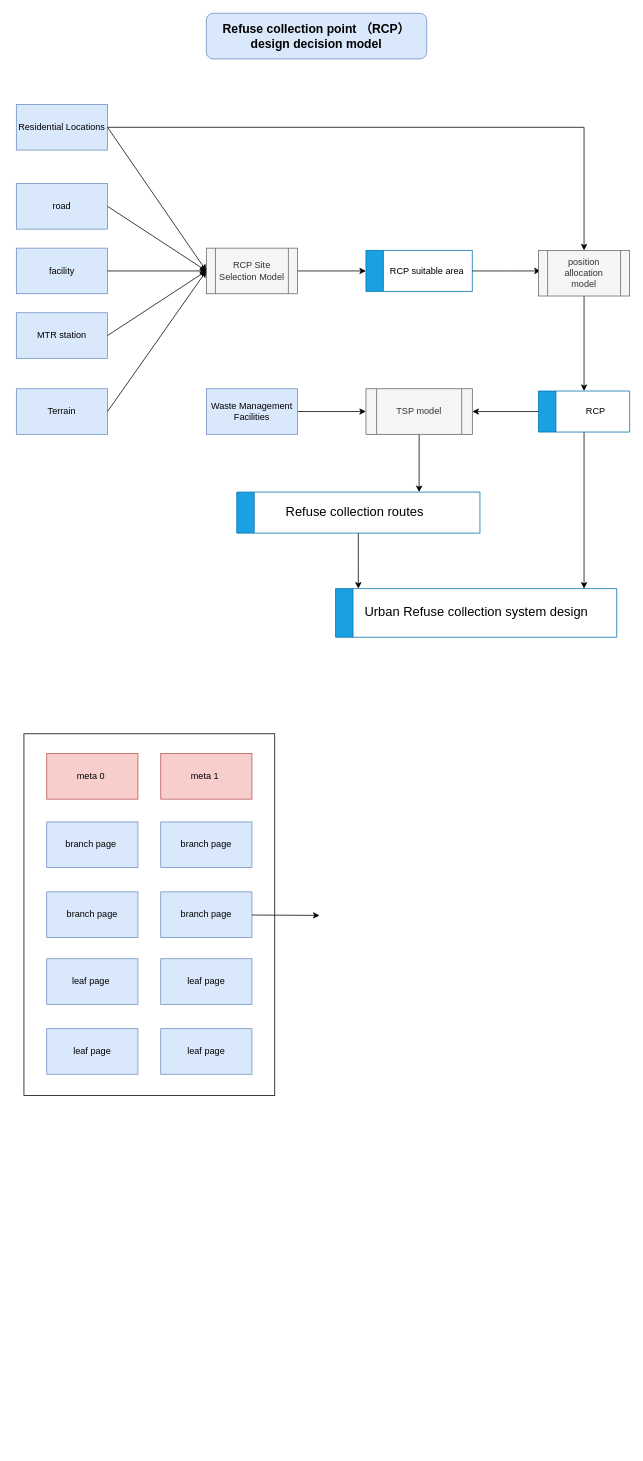
The draw.io diagram GIS model.drawio in CrystalParaboy/cuhk-gis-bigdata, before the edit. Source tidied: cells renumbered, new cells numbered last; positions are measured from the earlier drawing's top-left corner, leaving out a move shared by most shapes. Both pictures are drawn from the tidied source at 76%, with x=0, y=0 at pixel (16, 13).
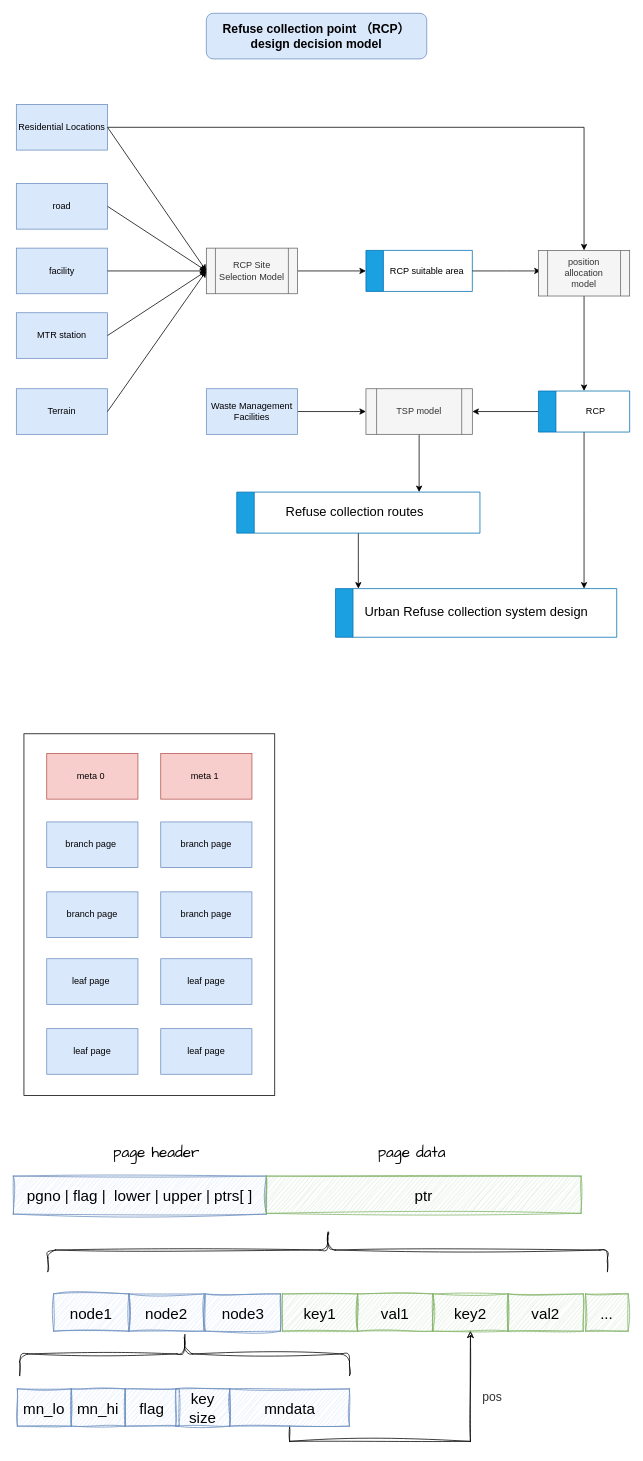
The same page after the edit.

What changed in the source:
```diff
@@
-    <mxCell id="45" style="endArrow=classic;html=1;rounded=0;exitX=1;exitY=0.5;exitDx=0;exitDy=0;" parent="1" edge="1">
-      <mxGeometry relative="1" as="geometry">
-        <mxPoint x="310" y="1186.5" as="sourcePoint" />
-        <mxPoint x="399" y="1187" as="targetPoint" />
-      </mxGeometry>
-    </mxCell>
+    <mxCell id="46" value="pgno | flag |&amp;nbsp; lower | upper | ptrs[ ]" style="rounded=0;whiteSpace=wrap;html=1;sketch=1;hachureGap=4;jiggle=2;curveFitting=1;fontFamily=Helvetica;fontSize=20;fillColor=#dae8fc;strokeColor=#6c8ebf;" parent="1" vertex="1">
+      <mxGeometry x="-4" y="1530" width="333" height="50" as="geometry" />
+    </mxCell>
+    <mxCell id="47" value="ptr" style="rounded=0;whiteSpace=wrap;html=1;sketch=1;hachureGap=4;jiggle=2;curveFitting=1;fontFamily=Helvetica;fontSize=20;fillColor=#d5e8d4;strokeColor=#82b366;" parent="1" vertex="1">
+      <mxGeometry x="329" y="1530" width="414" height="49" as="geometry" />
+    </mxCell>
+    <mxCell id="48" value="page header" style="text;html=1;strokeColor=none;fillColor=none;align=center;verticalAlign=middle;whiteSpace=wrap;rounded=0;fontSize=20;fontFamily=Architects Daughter;" parent="1" vertex="1">
+      <mxGeometry x="111" y="1484" width="146.5" height="30" as="geometry" />
+    </mxCell>
+    <mxCell id="49" value="page data" style="text;html=1;strokeColor=none;fillColor=none;align=center;verticalAlign=middle;whiteSpace=wrap;rounded=0;fontSize=20;fontFamily=Architects Daughter;" parent="1" vertex="1">
+      <mxGeometry x="447" y="1484" width="146.5" height="30" as="geometry" />
+    </mxCell>
+    <mxCell id="50" value="node1" style="rounded=0;whiteSpace=wrap;html=1;sketch=1;hachureGap=4;jiggle=2;curveFitting=1;fontFamily=Helvetica;fontSize=20;fillColor=#dae8fc;strokeColor=#6c8ebf;" parent="1" vertex="1">
+      <mxGeometry x="49" y="1685" width="99" height="49" as="geometry" />
+    </mxCell>
+    <mxCell id="51" value="node2" style="rounded=0;whiteSpace=wrap;html=1;sketch=1;hachureGap=4;jiggle=2;curveFitting=1;fontFamily=Helvetica;fontSize=20;fillColor=#dae8fc;strokeColor=#6c8ebf;" parent="1" vertex="1">
+      <mxGeometry x="148" y="1685" width="99" height="49" as="geometry" />
+    </mxCell>
+    <mxCell id="52" value="flag" style="rounded=0;whiteSpace=wrap;html=1;sketch=1;hachureGap=4;jiggle=2;curveFitting=1;fontFamily=Helvetica;fontSize=20;fillColor=#dae8fc;strokeColor=#6c8ebf;" parent="1" vertex="1">
+      <mxGeometry x="143.2" y="1810" width="71" height="49" as="geometry" />
+    </mxCell>
+    <mxCell id="53" style="edgeStyle=orthogonalEdgeStyle;rounded=0;sketch=1;hachureGap=4;jiggle=2;curveFitting=1;jettySize=auto;html=1;exitX=0.5;exitY=1;exitDx=0;exitDy=0;entryX=0.5;entryY=1;entryDx=0;entryDy=0;fontFamily=Architects Daughter;fontSize=16;" parent="1" edge="1" source="54" target="63">
+      <mxGeometry relative="1" as="geometry" />
+    </mxCell>
+    <mxCell id="54" value="mndata" style="rounded=0;whiteSpace=wrap;html=1;sketch=1;hachureGap=4;jiggle=2;curveFitting=1;fontFamily=Helvetica;fontSize=20;fillColor=#dae8fc;strokeColor=#6c8ebf;" parent="1" vertex="1">
+      <mxGeometry x="280.8" y="1810" width="157.5" height="49" as="geometry" />
+    </mxCell>
+    <mxCell id="55" value="mn_hi" style="rounded=0;whiteSpace=wrap;html=1;sketch=1;hachureGap=4;jiggle=2;curveFitting=1;fontFamily=Helvetica;fontSize=20;fillColor=#dae8fc;strokeColor=#6c8ebf;" parent="1" vertex="1">
+      <mxGeometry x="72.3" y="1810" width="71" height="49" as="geometry" />
+    </mxCell>
+    <mxCell id="56" value="mn_lo" style="rounded=0;whiteSpace=wrap;html=1;sketch=1;hachureGap=4;jiggle=2;curveFitting=1;fontFamily=Helvetica;fontSize=20;fillColor=#dae8fc;strokeColor=#6c8ebf;" parent="1" vertex="1">
+      <mxGeometry x="1.3" y="1810" width="71" height="49" as="geometry" />
+    </mxCell>
+    <mxCell id="57" value="key size" style="rounded=0;whiteSpace=wrap;html=1;sketch=1;hachureGap=4;jiggle=2;curveFitting=1;fontFamily=Helvetica;fontSize=20;fillColor=#dae8fc;strokeColor=#6c8ebf;" parent="1" vertex="1">
+      <mxGeometry x="209.8" y="1810" width="71" height="49" as="geometry" />
+    </mxCell>
+    <mxCell id="58" value="node3" style="rounded=0;whiteSpace=wrap;html=1;sketch=1;hachureGap=4;jiggle=2;curveFitting=1;fontFamily=Helvetica;fontSize=20;fillColor=#dae8fc;strokeColor=#6c8ebf;" parent="1" vertex="1">
+      <mxGeometry x="248.5" y="1685" width="99" height="49" as="geometry" />
+    </mxCell>
+    <mxCell id="59" style="shape=curlyBracket;whiteSpace=wrap;html=1;rounded=1;labelPosition=left;verticalLabelPosition=middle;align=right;verticalAlign=middle;sketch=1;hachureGap=4;jiggle=2;curveFitting=1;fontFamily=Architects Daughter;fontSize=20;rotation=90;size=0.5;" parent="1" vertex="1">
+      <mxGeometry x="381" y="1259" width="57.2" height="736.5" as="geometry" />
+    </mxCell>
+    <mxCell id="60" style="shape=curlyBracket;whiteSpace=wrap;html=1;rounded=1;labelPosition=left;verticalLabelPosition=middle;align=right;verticalAlign=middle;sketch=1;hachureGap=4;jiggle=2;curveFitting=1;fontFamily=Architects Daughter;fontSize=20;rotation=90;size=0.5;" parent="1" vertex="1">
+      <mxGeometry x="192.8" y="1547" width="57.2" height="434" as="geometry" />
+    </mxCell>
+    <mxCell id="61" value="key1" style="rounded=0;whiteSpace=wrap;html=1;sketch=1;hachureGap=4;jiggle=2;curveFitting=1;fontFamily=Helvetica;fontSize=20;fillColor=#d5e8d4;strokeColor=#82b366;" parent="1" vertex="1">
+      <mxGeometry x="350" y="1685" width="99" height="49" as="geometry" />
+    </mxCell>
+    <mxCell id="62" value="val1" style="rounded=0;whiteSpace=wrap;html=1;sketch=1;hachureGap=4;jiggle=2;curveFitting=1;fontFamily=Helvetica;fontSize=20;fillColor=#d5e8d4;strokeColor=#82b366;" parent="1" vertex="1">
+      <mxGeometry x="449" y="1685" width="99" height="49" as="geometry" />
+    </mxCell>
+    <mxCell id="63" value="key2" style="rounded=0;whiteSpace=wrap;html=1;sketch=1;hachureGap=4;jiggle=2;curveFitting=1;fontFamily=Helvetica;fontSize=20;fillColor=#d5e8d4;strokeColor=#82b366;" parent="1" vertex="1">
+      <mxGeometry x="548" y="1685" width="99" height="49" as="geometry" />
+    </mxCell>
+    <mxCell id="64" value="val2" style="rounded=0;whiteSpace=wrap;html=1;sketch=1;hachureGap=4;jiggle=2;curveFitting=1;fontFamily=Helvetica;fontSize=20;fillColor=#d5e8d4;strokeColor=#82b366;" parent="1" vertex="1">
+      <mxGeometry x="647" y="1685" width="99" height="49" as="geometry" />
+    </mxCell>
+    <mxCell id="65" value="..." style="rounded=0;whiteSpace=wrap;html=1;sketch=1;hachureGap=4;jiggle=2;curveFitting=1;fontFamily=Helvetica;fontSize=20;fillColor=#d5e8d4;strokeColor=#82b366;" parent="1" vertex="1">
+      <mxGeometry x="749" y="1685" width="56" height="49" as="geometry" />
+    </mxCell>
+    <mxCell id="66" value="&lt;span style=&quot;font-size: 16px;&quot;&gt;pos&lt;/span&gt;" style="rounded=1;whiteSpace=wrap;html=1;fillColor=none;fontColor=#333333;strokeColor=none;" parent="1" vertex="1">
+      <mxGeometry x="583" y="1803" width="86.5" height="34" as="geometry" />
+    </mxCell>
```
